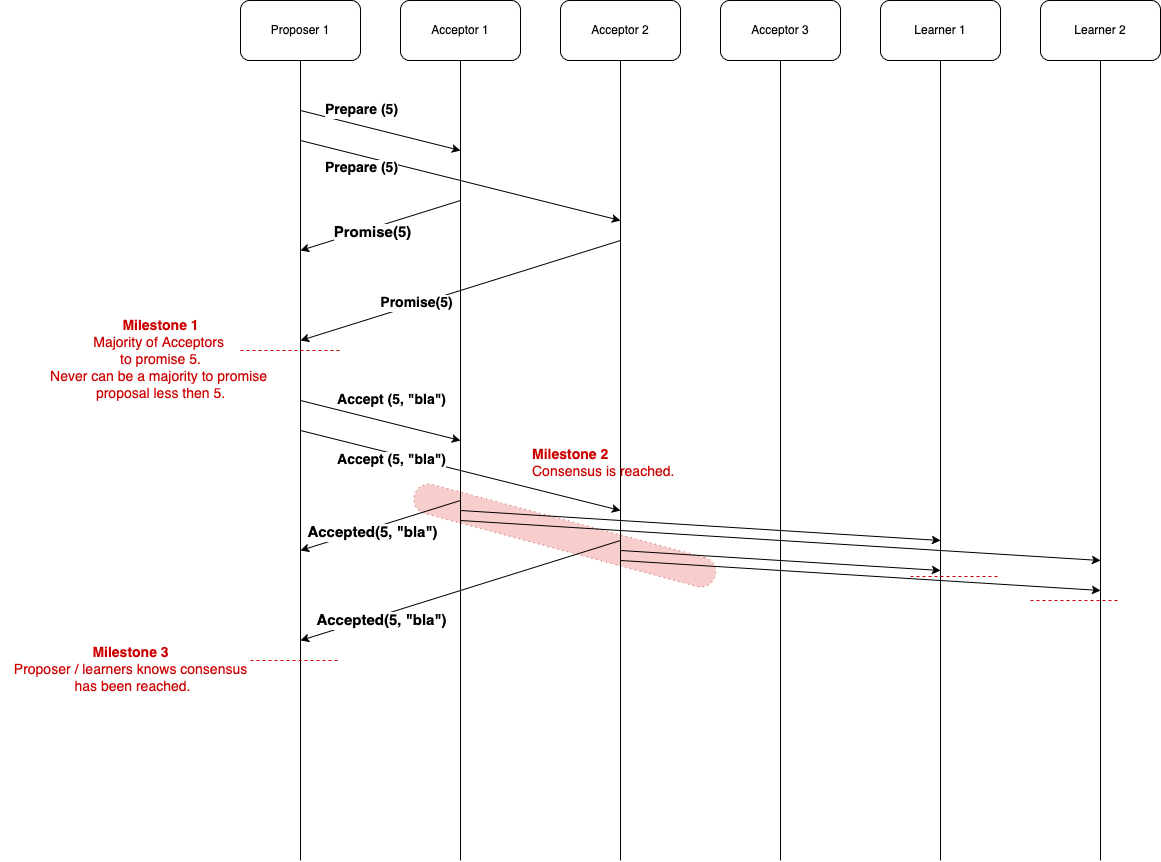
Before: assets/distributed system/paxos/Paxos-Phase 2.drawio.png, a diagram exported from draw.io (rb-builder/rishabh.github.io). Source tidied: cells renumbered, new cells last; positions are measured from the earlier drawing's top-left corner, leaving out a move shared by most shapes. Source of this version:
```xml
<mxGraphModel>
  <root>
    <mxCell id="0" />
    <mxCell id="1" parent="0" />
    <mxCell id="2" style="html=1;dashed=1;whiteSpace=wrap;shape=mxgraph.dfd.start;rotation=15;dashPattern=1 4;fillColor=light-dark(#f8cecc, #512d2b);strokeColor=#b85450;" parent="1" vertex="1">
      <mxGeometry x="408.7" y="520" width="311.3" height="30" as="geometry" />
    </mxCell>
    <mxCell id="3" style="endArrow=none;html=1;rounded=0;entryX=0.5;entryY=1;entryDx=0;entryDy=0;entryPerimeter=0;" parent="1" edge="1" target="5">
      <mxGeometry relative="1" as="geometry">
        <mxPoint x="300" y="860" as="sourcePoint" />
      </mxGeometry>
    </mxCell>
    <mxCell id="4" style="endArrow=none;html=1;rounded=0;" parent="1" edge="1" target="6">
      <mxGeometry relative="1" as="geometry">
        <mxPoint x="460" y="860" as="sourcePoint" />
      </mxGeometry>
    </mxCell>
    <mxCell id="5" value="Proposer 1" style="rounded=1;whiteSpace=wrap;html=1;" parent="1" vertex="1">
      <mxGeometry x="240" width="120" height="60" as="geometry" />
    </mxCell>
    <mxCell id="6" value="Acceptor 1" style="rounded=1;whiteSpace=wrap;html=1;" parent="1" vertex="1">
      <mxGeometry x="400" width="120" height="60" as="geometry" />
    </mxCell>
    <mxCell id="7" style="endArrow=none;html=1;rounded=0;entryX=0.5;entryY=1;entryDx=0;entryDy=0;entryPerimeter=0;" parent="1" edge="1" target="9">
      <mxGeometry relative="1" as="geometry">
        <mxPoint x="620" y="860" as="sourcePoint" />
      </mxGeometry>
    </mxCell>
    <mxCell id="8" style="endArrow=none;html=1;rounded=0;" parent="1" edge="1" target="10">
      <mxGeometry relative="1" as="geometry">
        <mxPoint x="780" y="860" as="sourcePoint" />
      </mxGeometry>
    </mxCell>
    <mxCell id="9" value="Acceptor 2" style="rounded=1;whiteSpace=wrap;html=1;" parent="1" vertex="1">
      <mxGeometry x="560" width="120" height="60" as="geometry" />
    </mxCell>
    <mxCell id="10" value="Acceptor 3" style="rounded=1;whiteSpace=wrap;html=1;" parent="1" vertex="1">
      <mxGeometry x="720" width="120" height="60" as="geometry" />
    </mxCell>
    <mxCell id="11" style="endArrow=none;html=1;rounded=0;entryX=0.5;entryY=1;entryDx=0;entryDy=0;entryPerimeter=0;" parent="1" edge="1" target="13">
      <mxGeometry relative="1" as="geometry">
        <mxPoint x="940" y="860" as="sourcePoint" />
      </mxGeometry>
    </mxCell>
    <mxCell id="12" style="endArrow=none;html=1;rounded=0;" parent="1" edge="1" target="14">
      <mxGeometry relative="1" as="geometry">
        <mxPoint x="1100" y="860" as="sourcePoint" />
      </mxGeometry>
    </mxCell>
    <mxCell id="13" value="Learner 1" style="rounded=1;whiteSpace=wrap;html=1;" parent="1" vertex="1">
      <mxGeometry x="880" width="120" height="60" as="geometry" />
    </mxCell>
    <mxCell id="14" value="Learner 2" style="rounded=1;whiteSpace=wrap;html=1;" parent="1" vertex="1">
      <mxGeometry x="1040" width="120" height="60" as="geometry" />
    </mxCell>
    <mxCell id="15" style="endArrow=classic;html=1;rounded=0;" parent="1" edge="1">
      <mxGeometry relative="1" as="geometry">
        <mxPoint x="300" y="110" as="sourcePoint" />
        <mxPoint x="460" y="150" as="targetPoint" />
      </mxGeometry>
    </mxCell>
    <mxCell id="16" value="&lt;b&gt;Prepare (5)&lt;/b&gt;" style="edgeLabel;html=1;align=center;verticalAlign=middle;fontSize=14;" parent="15" vertex="1">
      <mxGeometry x="0.04" y="-1" relative="1" as="geometry">
        <mxPoint x="-23" y="-22" as="offset" />
      </mxGeometry>
    </mxCell>
    <mxCell id="17" style="endArrow=classic;html=1;rounded=0;" parent="1" edge="1">
      <mxGeometry relative="1" as="geometry">
        <mxPoint x="300" y="140" as="sourcePoint" />
        <mxPoint x="620" y="220" as="targetPoint" />
      </mxGeometry>
    </mxCell>
    <mxCell id="18" value="&lt;font style=&quot;font-size: 14px;&quot;&gt;&lt;b&gt;Prepare (5)&lt;/b&gt;&lt;/font&gt;" style="edgeLabel;html=1;align=center;verticalAlign=middle;" parent="17" vertex="1">
      <mxGeometry x="-0.41" y="-4" relative="1" as="geometry">
        <mxPoint x="-34" as="offset" />
      </mxGeometry>
    </mxCell>
    <mxCell id="19" style="endArrow=classic;html=1;rounded=0;" parent="1" edge="1">
      <mxGeometry relative="1" as="geometry">
        <mxPoint x="460" y="200" as="sourcePoint" />
        <mxPoint x="300" y="250" as="targetPoint" />
      </mxGeometry>
    </mxCell>
    <mxCell id="20" value="&lt;font style=&quot;font-size: 15px;&quot;&gt;&lt;b&gt;Promise(5)&lt;/b&gt;&lt;/font&gt;" style="edgeLabel;html=1;align=center;verticalAlign=middle;" parent="19" vertex="1">
      <mxGeometry x="0.13" y="4" relative="1" as="geometry" />
    </mxCell>
    <mxCell id="21" style="endArrow=classic;html=1;rounded=0;" parent="1" edge="1">
      <mxGeometry relative="1" as="geometry">
        <mxPoint x="620" y="240" as="sourcePoint" />
        <mxPoint x="300" y="340" as="targetPoint" />
      </mxGeometry>
    </mxCell>
    <mxCell id="22" value="&lt;font style=&quot;font-size: 14px;&quot;&gt;&lt;b&gt;Promise(5)&lt;/b&gt;&lt;/font&gt;" style="edgeLabel;html=1;align=center;verticalAlign=middle;" parent="21" vertex="1">
      <mxGeometry x="0.28" y="-1" relative="1" as="geometry" />
    </mxCell>
    <mxCell id="23" style="endArrow=none;html=1;rounded=0;dashed=1;strokeColor=#CC0000;" parent="1" edge="1">
      <mxGeometry relative="1" as="geometry">
        <mxPoint x="240" y="350" as="sourcePoint" />
        <mxPoint x="340" y="350" as="targetPoint" />
      </mxGeometry>
    </mxCell>
    <mxCell id="24" value="&lt;font style=&quot;font-size: 14px; color: rgb(204, 0, 0);&quot;&gt;&lt;b&gt;Milestone 1&lt;/b&gt;&lt;br&gt;Majority of Acceptors&amp;nbsp;&lt;br&gt;to promise 5.&lt;br&gt;Never can be a majority to promise&amp;nbsp;&lt;br&gt;proposal less then 5.&lt;/font&gt;" style="text;html=1;align=center;verticalAlign=middle;strokeColor=none;fillColor=none;" parent="1" vertex="1">
      <mxGeometry x="40" y="310" width="240" height="100" as="geometry" />
    </mxCell>
    <mxCell id="25" style="endArrow=classic;html=1;rounded=0;" parent="1" edge="1">
      <mxGeometry relative="1" as="geometry">
        <mxPoint x="300" y="400" as="sourcePoint" />
        <mxPoint x="460" y="440" as="targetPoint" />
      </mxGeometry>
    </mxCell>
    <mxCell id="26" value="&lt;b&gt;Accept (5, &quot;bla&quot;)&lt;/b&gt;" style="edgeLabel;html=1;align=center;verticalAlign=middle;fontSize=14;" parent="25" vertex="1">
      <mxGeometry x="0.04" y="-1" relative="1" as="geometry">
        <mxPoint x="7" y="-22" as="offset" />
      </mxGeometry>
    </mxCell>
    <mxCell id="27" style="endArrow=classic;html=1;rounded=0;" parent="1" edge="1">
      <mxGeometry relative="1" as="geometry">
        <mxPoint x="300" y="430" as="sourcePoint" />
        <mxPoint x="620" y="510" as="targetPoint" />
      </mxGeometry>
    </mxCell>
    <mxCell id="28" value="&lt;font style=&quot;font-size: 14px;&quot;&gt;&lt;b&gt;Accept (5, &quot;bla&quot;)&lt;/b&gt;&lt;/font&gt;" style="edgeLabel;html=1;align=center;verticalAlign=middle;" parent="27" vertex="1">
      <mxGeometry x="-0.41" y="-4" relative="1" as="geometry">
        <mxPoint x="-4" y="2" as="offset" />
      </mxGeometry>
    </mxCell>
    <mxCell id="29" style="endArrow=classic;html=1;rounded=0;" parent="1" edge="1">
      <mxGeometry relative="1" as="geometry">
        <mxPoint x="460" y="500" as="sourcePoint" />
        <mxPoint x="300" y="550" as="targetPoint" />
      </mxGeometry>
    </mxCell>
    <mxCell id="30" value="&lt;font style=&quot;font-size: 15px;&quot;&gt;&lt;b&gt;Accepted(5, &quot;bla&quot;)&lt;/b&gt;&lt;/font&gt;" style="edgeLabel;html=1;align=center;verticalAlign=middle;" parent="29" vertex="1">
      <mxGeometry x="0.13" y="4" relative="1" as="geometry" />
    </mxCell>
    <mxCell id="31" style="endArrow=classic;html=1;rounded=0;" parent="1" edge="1">
      <mxGeometry relative="1" as="geometry">
        <mxPoint x="620" y="540" as="sourcePoint" />
        <mxPoint x="300" y="640" as="targetPoint" />
      </mxGeometry>
    </mxCell>
    <mxCell id="32" value="&lt;font style=&quot;font-size: 15px;&quot;&gt;&lt;b&gt;Accepted(5, &quot;bla&quot;)&lt;/b&gt;&lt;/font&gt;" style="edgeLabel;html=1;align=center;verticalAlign=middle;" parent="31" vertex="1">
      <mxGeometry x="0.28" y="-1" relative="1" as="geometry">
        <mxPoint x="-35" y="17" as="offset" />
      </mxGeometry>
    </mxCell>
    <mxCell id="33" style="endArrow=classic;html=1;rounded=0;" parent="1" edge="1">
      <mxGeometry relative="1" as="geometry">
        <mxPoint x="460" y="510" as="sourcePoint" />
        <mxPoint x="940" y="540" as="targetPoint" />
      </mxGeometry>
    </mxCell>
    <mxCell id="34" style="endArrow=classic;html=1;rounded=0;" parent="1" edge="1">
      <mxGeometry relative="1" as="geometry">
        <mxPoint x="460" y="520" as="sourcePoint" />
        <mxPoint x="1100" y="560" as="targetPoint" />
      </mxGeometry>
    </mxCell>
    <mxCell id="35" style="endArrow=classic;html=1;rounded=0;" parent="1" edge="1">
      <mxGeometry relative="1" as="geometry">
        <mxPoint x="620" y="550" as="sourcePoint" />
        <mxPoint x="940" y="570" as="targetPoint" />
      </mxGeometry>
    </mxCell>
    <mxCell id="36" style="endArrow=classic;html=1;rounded=0;" parent="1" edge="1">
      <mxGeometry relative="1" as="geometry">
        <mxPoint x="620" y="560" as="sourcePoint" />
        <mxPoint x="1100" y="590" as="targetPoint" />
      </mxGeometry>
    </mxCell>
    <mxCell id="37" style="endArrow=none;html=1;rounded=0;dashed=1;strokeColor=#CC0000;" parent="1" edge="1">
      <mxGeometry relative="1" as="geometry">
        <mxPoint x="250" y="660" as="sourcePoint" />
        <mxPoint x="340" y="660" as="targetPoint" />
      </mxGeometry>
    </mxCell>
    <mxCell id="38" value="&lt;font style=&quot;font-size: 14px; color: rgb(204, 0, 0);&quot;&gt;&lt;b&gt;Milestone 3&lt;/b&gt;&lt;br&gt;Proposer / learners knows consensus&lt;br&gt;&amp;nbsp;has been reached.&lt;/font&gt;" style="text;html=1;align=center;verticalAlign=middle;strokeColor=none;fillColor=none;" parent="1" vertex="1">
      <mxGeometry y="640" width="260" height="60" as="geometry" />
    </mxCell>
    <mxCell id="39" value="&lt;font style=&quot;font-size: 14px; color: rgb(204, 0, 0);&quot;&gt;&lt;b&gt;Milestone 2&lt;/b&gt;&lt;br&gt;Consensus is reached.&lt;/font&gt;" style="text;whiteSpace=wrap;html=1;" parent="1" vertex="1">
      <mxGeometry x="530" y="440" width="230" height="70" as="geometry" />
    </mxCell>
    <mxCell id="40" style="endArrow=none;html=1;rounded=0;dashed=1;strokeColor=#CC0000;" parent="1" edge="1">
      <mxGeometry relative="1" as="geometry">
        <mxPoint x="1030" y="600" as="sourcePoint" />
        <mxPoint x="1120" y="600" as="targetPoint" />
      </mxGeometry>
    </mxCell>
    <mxCell id="41" style="endArrow=none;html=1;rounded=0;dashed=1;strokeColor=#CC0000;" parent="1" edge="1">
      <mxGeometry relative="1" as="geometry">
        <mxPoint x="910" y="576" as="sourcePoint" />
        <mxPoint x="1000" y="576" as="targetPoint" />
      </mxGeometry>
    </mxCell>
  </root>
</mxGraphModel>
```
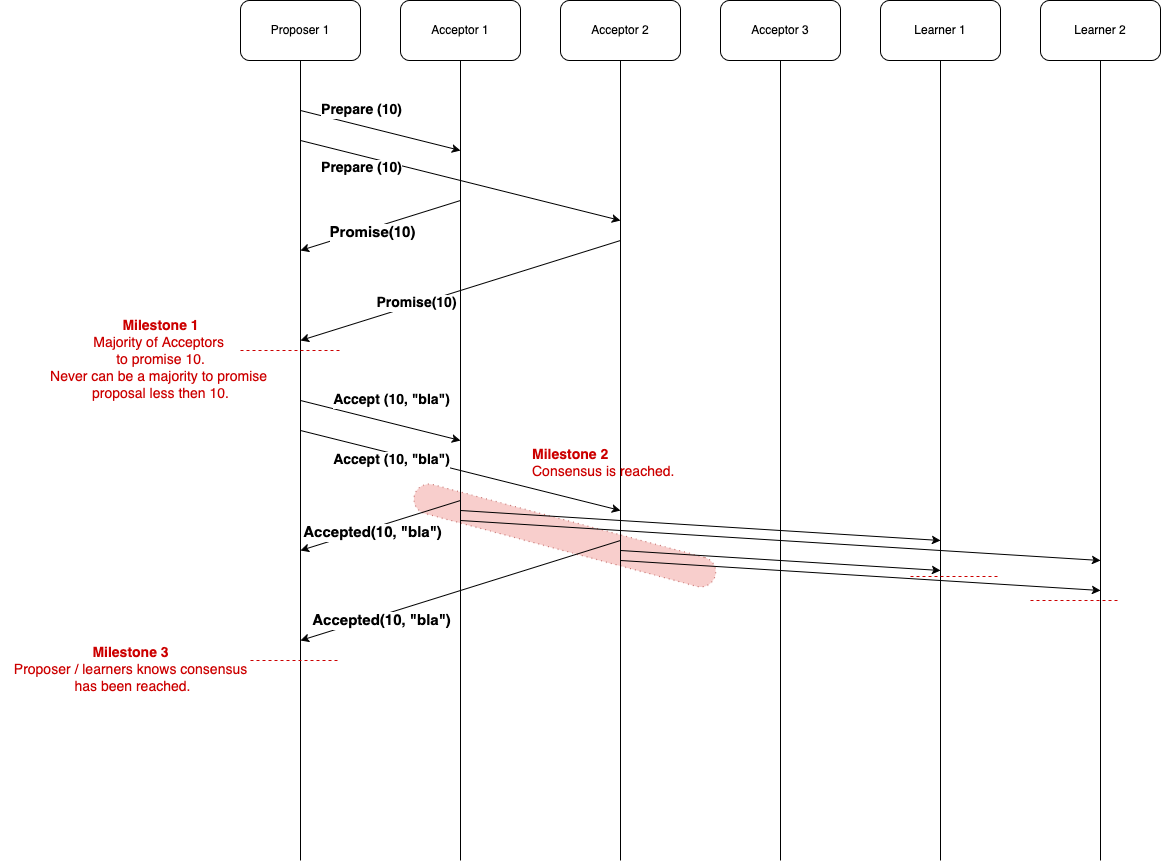
Above is the later version.

Commit message:
Added case 1 of paxos.

The edit, as a diff of the source:
```diff
@@ -59,7 +59,7 @@
         <mxPoint x="460" y="150" as="targetPoint" />
       </mxGeometry>
     </mxCell>
-    <mxCell id="16" value="&lt;b&gt;Prepare (5)&lt;/b&gt;" style="edgeLabel;html=1;align=center;verticalAlign=middle;fontSize=14;" parent="15" vertex="1">
+    <mxCell id="16" value="&lt;b&gt;Prepare (10)&lt;/b&gt;" style="edgeLabel;html=1;align=center;verticalAlign=middle;fontSize=14;" parent="15" vertex="1">
       <mxGeometry x="0.04" y="-1" relative="1" as="geometry">
         <mxPoint x="-23" y="-22" as="offset" />
       </mxGeometry>
@@ -70,7 +70,7 @@
         <mxPoint x="620" y="220" as="targetPoint" />
       </mxGeometry>
     </mxCell>
-    <mxCell id="18" value="&lt;font style=&quot;font-size: 14px;&quot;&gt;&lt;b&gt;Prepare (5)&lt;/b&gt;&lt;/font&gt;" style="edgeLabel;html=1;align=center;verticalAlign=middle;" parent="17" vertex="1">
+    <mxCell id="18" value="&lt;font style=&quot;font-size: 14px;&quot;&gt;&lt;b&gt;Prepare (10)&lt;/b&gt;&lt;/font&gt;" style="edgeLabel;html=1;align=center;verticalAlign=middle;" parent="17" vertex="1">
       <mxGeometry x="-0.41" y="-4" relative="1" as="geometry">
         <mxPoint x="-34" as="offset" />
       </mxGeometry>
@@ -81,7 +81,7 @@
         <mxPoint x="300" y="250" as="targetPoint" />
       </mxGeometry>
     </mxCell>
-    <mxCell id="20" value="&lt;font style=&quot;font-size: 15px;&quot;&gt;&lt;b&gt;Promise(5)&lt;/b&gt;&lt;/font&gt;" style="edgeLabel;html=1;align=center;verticalAlign=middle;" parent="19" vertex="1">
+    <mxCell id="20" value="&lt;font style=&quot;font-size: 15px;&quot;&gt;&lt;b&gt;Promise(10)&lt;/b&gt;&lt;/font&gt;" style="edgeLabel;html=1;align=center;verticalAlign=middle;" parent="19" vertex="1">
       <mxGeometry x="0.13" y="4" relative="1" as="geometry" />
     </mxCell>
     <mxCell id="21" style="endArrow=classic;html=1;rounded=0;" parent="1" edge="1">
@@ -90,7 +90,7 @@
         <mxPoint x="300" y="340" as="targetPoint" />
       </mxGeometry>
     </mxCell>
-    <mxCell id="22" value="&lt;font style=&quot;font-size: 14px;&quot;&gt;&lt;b&gt;Promise(5)&lt;/b&gt;&lt;/font&gt;" style="edgeLabel;html=1;align=center;verticalAlign=middle;" parent="21" vertex="1">
+    <mxCell id="22" value="&lt;font style=&quot;font-size: 14px;&quot;&gt;&lt;b&gt;Promise(10)&lt;/b&gt;&lt;/font&gt;" style="edgeLabel;html=1;align=center;verticalAlign=middle;" parent="21" vertex="1">
       <mxGeometry x="0.28" y="-1" relative="1" as="geometry" />
     </mxCell>
     <mxCell id="23" style="endArrow=none;html=1;rounded=0;dashed=1;strokeColor=#CC0000;" parent="1" edge="1">
@@ -99,7 +99,7 @@
         <mxPoint x="340" y="350" as="targetPoint" />
       </mxGeometry>
     </mxCell>
-    <mxCell id="24" value="&lt;font style=&quot;font-size: 14px; color: rgb(204, 0, 0);&quot;&gt;&lt;b&gt;Milestone 1&lt;/b&gt;&lt;br&gt;Majority of Acceptors&amp;nbsp;&lt;br&gt;to promise 5.&lt;br&gt;Never can be a majority to promise&amp;nbsp;&lt;br&gt;proposal less then 5.&lt;/font&gt;" style="text;html=1;align=center;verticalAlign=middle;strokeColor=none;fillColor=none;" parent="1" vertex="1">
+    <mxCell id="24" value="&lt;font style=&quot;font-size: 14px; color: rgb(204, 0, 0);&quot;&gt;&lt;b&gt;Milestone 1&lt;/b&gt;&lt;br&gt;Majority of Acceptors&amp;nbsp;&lt;br&gt;to promise 10.&lt;br&gt;Never can be a majority to promise&amp;nbsp;&lt;br&gt;proposal less then 10.&lt;/font&gt;" style="text;html=1;align=center;verticalAlign=middle;strokeColor=none;fillColor=none;" parent="1" vertex="1">
       <mxGeometry x="40" y="310" width="240" height="100" as="geometry" />
     </mxCell>
     <mxCell id="25" style="endArrow=classic;html=1;rounded=0;" parent="1" edge="1">
@@ -108,7 +108,7 @@
         <mxPoint x="460" y="440" as="targetPoint" />
       </mxGeometry>
     </mxCell>
-    <mxCell id="26" value="&lt;b&gt;Accept (5, &quot;bla&quot;)&lt;/b&gt;" style="edgeLabel;html=1;align=center;verticalAlign=middle;fontSize=14;" parent="25" vertex="1">
+    <mxCell id="26" value="&lt;b&gt;Accept (10, &quot;bla&quot;)&lt;/b&gt;" style="edgeLabel;html=1;align=center;verticalAlign=middle;fontSize=14;" parent="25" vertex="1">
       <mxGeometry x="0.04" y="-1" relative="1" as="geometry">
         <mxPoint x="7" y="-22" as="offset" />
       </mxGeometry>
@@ -119,7 +119,7 @@
         <mxPoint x="620" y="510" as="targetPoint" />
       </mxGeometry>
     </mxCell>
-    <mxCell id="28" value="&lt;font style=&quot;font-size: 14px;&quot;&gt;&lt;b&gt;Accept (5, &quot;bla&quot;)&lt;/b&gt;&lt;/font&gt;" style="edgeLabel;html=1;align=center;verticalAlign=middle;" parent="27" vertex="1">
+    <mxCell id="28" value="&lt;font style=&quot;font-size: 14px;&quot;&gt;&lt;b&gt;Accept (10, &quot;bla&quot;)&lt;/b&gt;&lt;/font&gt;" style="edgeLabel;html=1;align=center;verticalAlign=middle;" parent="27" vertex="1">
       <mxGeometry x="-0.41" y="-4" relative="1" as="geometry">
         <mxPoint x="-4" y="2" as="offset" />
       </mxGeometry>
@@ -130,7 +130,7 @@
         <mxPoint x="300" y="550" as="targetPoint" />
       </mxGeometry>
     </mxCell>
-    <mxCell id="30" value="&lt;font style=&quot;font-size: 15px;&quot;&gt;&lt;b&gt;Accepted(5, &quot;bla&quot;)&lt;/b&gt;&lt;/font&gt;" style="edgeLabel;html=1;align=center;verticalAlign=middle;" parent="29" vertex="1">
+    <mxCell id="30" value="&lt;font style=&quot;font-size: 15px;&quot;&gt;&lt;b&gt;Accepted(10, &quot;bla&quot;)&lt;/b&gt;&lt;/font&gt;" style="edgeLabel;html=1;align=center;verticalAlign=middle;" parent="29" vertex="1">
       <mxGeometry x="0.13" y="4" relative="1" as="geometry" />
     </mxCell>
     <mxCell id="31" style="endArrow=classic;html=1;rounded=0;" parent="1" edge="1">
@@ -139,7 +139,7 @@
         <mxPoint x="300" y="640" as="targetPoint" />
       </mxGeometry>
     </mxCell>
-    <mxCell id="32" value="&lt;font style=&quot;font-size: 15px;&quot;&gt;&lt;b&gt;Accepted(5, &quot;bla&quot;)&lt;/b&gt;&lt;/font&gt;" style="edgeLabel;html=1;align=center;verticalAlign=middle;" parent="31" vertex="1">
+    <mxCell id="32" value="&lt;font style=&quot;font-size: 15px;&quot;&gt;&lt;b&gt;Accepted(10, &quot;bla&quot;)&lt;/b&gt;&lt;/font&gt;" style="edgeLabel;html=1;align=center;verticalAlign=middle;" parent="31" vertex="1">
       <mxGeometry x="0.28" y="-1" relative="1" as="geometry">
         <mxPoint x="-35" y="17" as="offset" />
       </mxGeometry>
```
